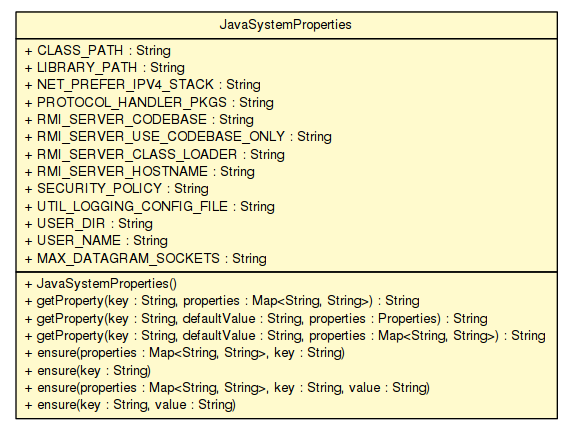
Earlier version of the Graphviz export apidocs/sorcer/util/JavaSystemProperties.png (sorcersoft/sorcersoft.github.io). Its source is kept beside it as apidocs/sorcer/util/JavaSystemProperties.dot. Source of this version:
```dot

digraph G {
	edge [fontname="Helvetica",fontsize=10,labelfontname="Helvetica",labelfontsize=10];
	node [fontname="Helvetica",fontsize=10,shape=plaintext];
	nodesep=0.25;
	ranksep=0.5;
	c294658 [label=<<table title="sorcer.util.JavaSystemProperties" border="0" cellborder="1" cellspacing="0" cellpadding="2" port="p" bgcolor="lemonChiffon" href="./JavaSystemProperties.html">
		<tr><td><table border="0" cellspacing="0" cellpadding="1">
<tr><td align="center" balign="center"> JavaSystemProperties </td></tr>
		</table></td></tr>
		<tr><td><table border="0" cellspacing="0" cellpadding="1">
<tr><td align="left" balign="left"> + CLASS_PATH : String </td></tr>
<tr><td align="left" balign="left"> + LIBRARY_PATH : String </td></tr>
<tr><td align="left" balign="left"> + NET_PREFER_IPV4_STACK : String </td></tr>
<tr><td align="left" balign="left"> + PROTOCOL_HANDLER_PKGS : String </td></tr>
<tr><td align="left" balign="left"> + RMI_SERVER_CODEBASE : String </td></tr>
<tr><td align="left" balign="left"> + RMI_SERVER_USE_CODEBASE_ONLY : String </td></tr>
<tr><td align="left" balign="left"> + RMI_SERVER_CLASS_LOADER : String </td></tr>
<tr><td align="left" balign="left"> + RMI_SERVER_HOSTNAME : String </td></tr>
<tr><td align="left" balign="left"> + SECURITY_POLICY : String </td></tr>
<tr><td align="left" balign="left"> + UTIL_LOGGING_CONFIG_FILE : String </td></tr>
<tr><td align="left" balign="left"> + USER_DIR : String </td></tr>
<tr><td align="left" balign="left"> + USER_NAME : String </td></tr>
<tr><td align="left" balign="left"> + MAX_DATAGRAM_SOCKETS : String </td></tr>
		</table></td></tr>
		<tr><td><table border="0" cellspacing="0" cellpadding="1">
<tr><td align="left" balign="left"> + JavaSystemProperties() </td></tr>
<tr><td align="left" balign="left"> + getProperty(key : String, properties : Map&lt;String, String&gt;) : String </td></tr>
<tr><td align="left" balign="left"> + getProperty(key : String, defaultValue : String, properties : Properties) : String </td></tr>
<tr><td align="left" balign="left"> + getProperty(key : String, defaultValue : String, properties : Map&lt;String, String&gt;) : String </td></tr>
<tr><td align="left" balign="left"> + ensure(properties : Map&lt;String, String&gt;, key : String) </td></tr>
<tr><td align="left" balign="left"> + ensure(key : String) </td></tr>
<tr><td align="left" balign="left"> + ensure(properties : Map&lt;String, String&gt;, key : String, value : String) </td></tr>
<tr><td align="left" balign="left"> + ensure(key : String, value : String) </td></tr>
		</table></td></tr>
		</table>>, URL="./JavaSystemProperties.html", fontname="Helvetica", fontcolor="black", fontsize=10.0];
}
```
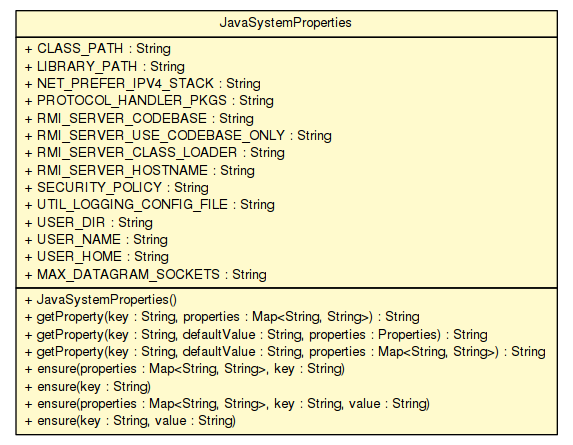
After the change.

The edit, as a diff of the source:
```diff
@@ -4,7 +4,7 @@
 	node [fontname="Helvetica",fontsize=10,shape=plaintext];
 	nodesep=0.25;
 	ranksep=0.5;
-	c294658 [label=<<table title="sorcer.util.JavaSystemProperties" border="0" cellborder="1" cellspacing="0" cellpadding="2" port="p" bgcolor="lemonChiffon" href="./JavaSystemProperties.html">
+	c315821 [label=<<table title="sorcer.util.JavaSystemProperties" border="0" cellborder="1" cellspacing="0" cellpadding="2" port="p" bgcolor="lemonChiffon" href="./JavaSystemProperties.html">
 		<tr><td><table border="0" cellspacing="0" cellpadding="1">
 <tr><td align="center" balign="center"> JavaSystemProperties </td></tr>
 		</table></td></tr>
@@ -21,6 +21,7 @@
 <tr><td align="left" balign="left"> + UTIL_LOGGING_CONFIG_FILE : String </td></tr>
 <tr><td align="left" balign="left"> + USER_DIR : String </td></tr>
 <tr><td align="left" balign="left"> + USER_NAME : String </td></tr>
+<tr><td align="left" balign="left"> + USER_HOME : String </td></tr>
 <tr><td align="left" balign="left"> + MAX_DATAGRAM_SOCKETS : String </td></tr>
 		</table></td></tr>
 		<tr><td><table border="0" cellspacing="0" cellpadding="1">
```
